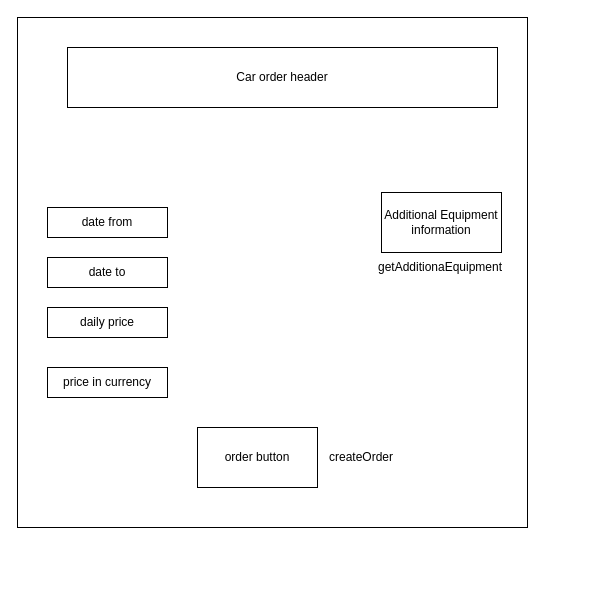
Above: page "order Page" (3 of 11) of Untitled Diagram.drawio in sebek9/projectBackend (draw.io), before the change. Source tidied: cells renumbered, new cells numbered last; positions are measured from the earlier drawing's top-left corner, leaving out a move shared by most shapes. Both pictures are drawn from the tidied source at 100%, with x=0, y=0 at pixel (17, 17).
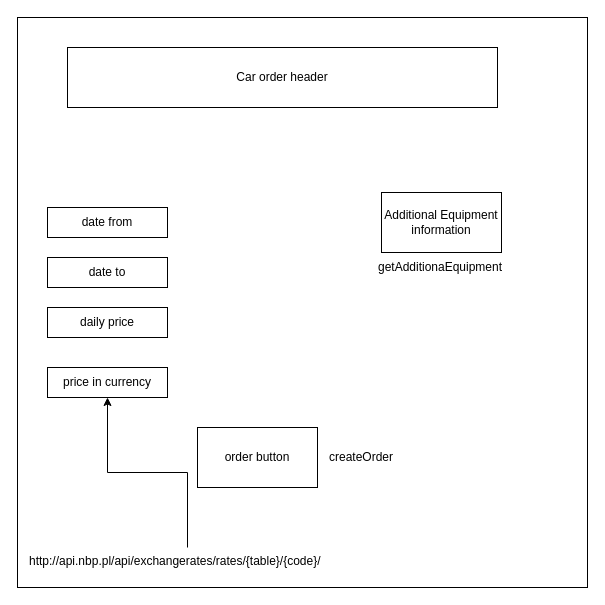
The same diagram, later.

The edit, as a diff of the source:
```diff
@@
 <mxGraphModel>
   <root>
     <mxCell id="0" />
     <mxCell id="1" parent="0" />
     <mxCell id="2" style="whiteSpace=wrap;html=1;" parent="1" vertex="1">
-      <mxGeometry width="510" height="510" as="geometry" />
+      <mxGeometry width="570" height="570" as="geometry" />
     </mxCell>
     <mxCell id="3" value="order button" style="rounded=0;whiteSpace=wrap;html=1;" parent="1" vertex="1">
       <mxGeometry x="180" y="410" width="120" height="60" as="geometry" />
     </mxCell>
     <mxCell id="4" value="date to" style="rounded=0;whiteSpace=wrap;html=1;" parent="1" vertex="1">
       <mxGeometry x="30" y="240" width="120" height="30" as="geometry" />
     </mxCell>
     <mxCell id="5" value="date from" style="rounded=0;whiteSpace=wrap;html=1;" parent="1" vertex="1">
       <mxGeometry x="30" y="190" width="120" height="30" as="geometry" />
     </mxCell>
     <mxCell id="6" value="createOrder" style="text;html=1;strokeColor=none;fillColor=none;align=center;verticalAlign=middle;whiteSpace=wrap;rounded=0;" parent="1" vertex="1">
       <mxGeometry x="324" y="430" width="40" height="20" as="geometry" />
     </mxCell>
     <mxCell id="7" value="daily price" style="rounded=0;whiteSpace=wrap;html=1;" parent="1" vertex="1">
       <mxGeometry x="30" y="290" width="120" height="30" as="geometry" />
     </mxCell>
     <mxCell id="8" value="getAdditionaEquipment" style="text;html=1;strokeColor=none;fillColor=none;align=center;verticalAlign=middle;whiteSpace=wrap;rounded=0;" parent="1" vertex="1">
       <mxGeometry x="380" y="240" width="86" height="20" as="geometry" />
     </mxCell>
     <mxCell id="9" value="Car order header" style="rounded=0;whiteSpace=wrap;html=1;" parent="1" vertex="1">
       <mxGeometry x="50" y="30" width="430" height="60" as="geometry" />
     </mxCell>
     <mxCell id="10" value="price in currency" style="rounded=0;whiteSpace=wrap;html=1;" parent="1" vertex="1">
       <mxGeometry x="30" y="350" width="120" height="30" as="geometry" />
     </mxCell>
     <mxCell id="11" value="&lt;span style=&quot;white-space: normal&quot;&gt;Additional Equipment information&lt;/span&gt;" style="rounded=0;whiteSpace=wrap;html=1;" parent="1" vertex="1">
       <mxGeometry x="364" y="175" width="120" height="60" as="geometry" />
     </mxCell>
+    <mxCell id="12" style="edgeStyle=orthogonalEdgeStyle;rounded=0;jettySize=auto;html=1;" parent="1" edge="1" source="13" target="10">
+      <mxGeometry relative="1" as="geometry" />
+    </mxCell>
+    <mxCell id="13" value="http://api.nbp.pl/api/exchangerates/rates/{table}/{code}/" style="text;html=1;" parent="1" vertex="1">
+      <mxGeometry x="10" y="530" width="320" height="30" as="geometry" />
+    </mxCell>
   </root>
 </mxGraphModel>
```
